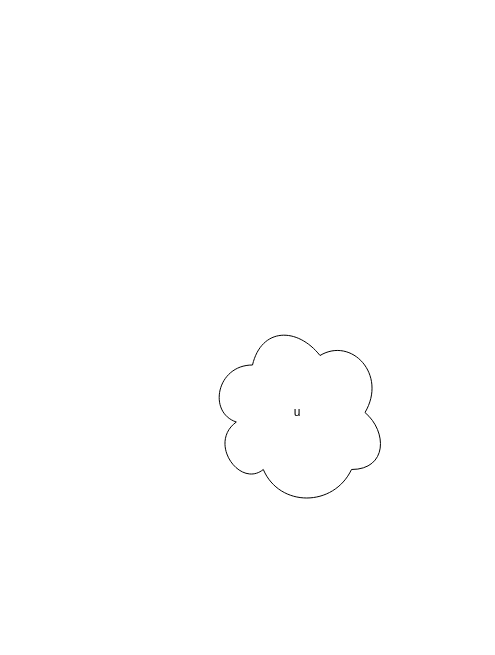
QuantStack/jupyterlab-drawio keeps this draw.io diagram as testfiles/TestFile.dio. Above is the earlier version. Source tidied: cells renumbered, new cells numbered last; positions are measured from the earlier drawing's top-left corner, leaving out a move shared by most shapes. Both pictures are drawn from the tidied source at 100%, with x=0, y=0 at pixel (207, 317).
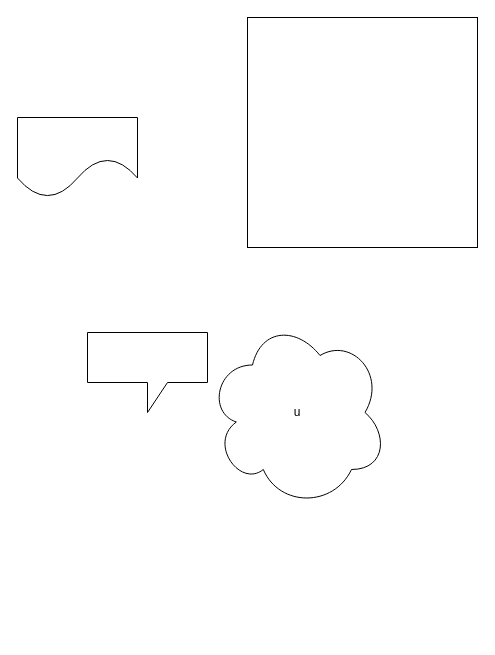
The same diagram, later.

Change to the diagram source:
```diff
@@
 <mxGraphModel background="#ffffff">
   <root>
     <mxCell id="0" />
     <mxCell id="1" parent="0" />
     <mxCell id="2" style="rounded=0;whiteSpace=wrap;html=1;" parent="1" vertex="1">
       <mxGeometry x="55" y="320" width="120" as="geometry" />
     </mxCell>
     <mxCell id="3" value="u" style="ellipse;shape=cloud;whiteSpace=wrap;html=1;" parent="1" vertex="1">
       <mxGeometry width="180" height="190" as="geometry" />
     </mxCell>
+    <mxCell id="4" style="whiteSpace=wrap;html=1;" parent="1" vertex="1">
+      <mxGeometry x="40" y="-300" width="230" height="230" as="geometry" />
+    </mxCell>
+    <mxCell id="5" style="shape=document;whiteSpace=wrap;html=1;boundedLbl=1;size=0.4867722511291504;" parent="1" vertex="1">
+      <mxGeometry x="-190" y="-200" width="120" height="80" as="geometry" />
+    </mxCell>
+    <mxCell id="6" style="shape=callout;whiteSpace=wrap;html=1;perimeter=calloutPerimeter;" parent="1" vertex="1">
+      <mxGeometry x="-120" y="15" width="120" height="80" as="geometry" />
+    </mxCell>
   </root>
 </mxGraphModel>
```
